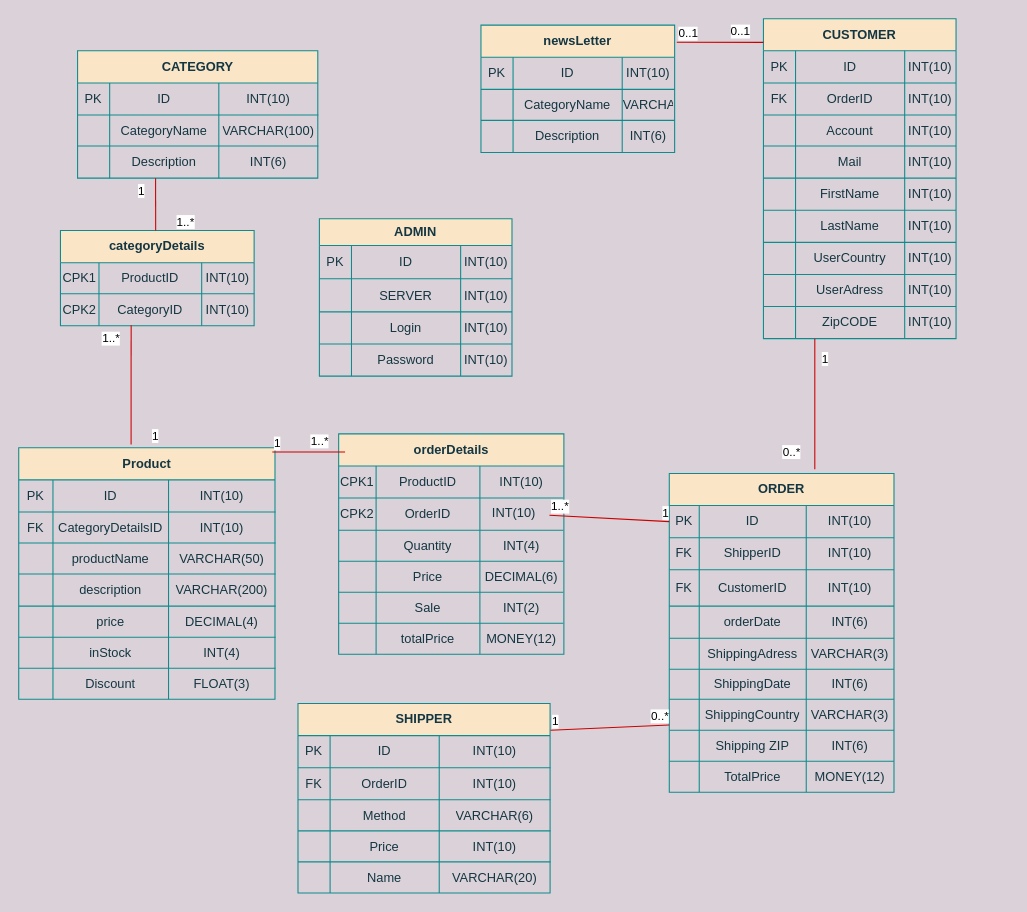
Earlier version of the draw.io diagram fysisktDiagram.drawio (TechWithRyan/Webbshop). Source tidied: cells renumbered, new cells numbered last; positions are measured from the earlier drawing's top-left corner, leaving out a move shared by most shapes. Both pictures are drawn from the tidied source at 107%, with x=0, y=0 at pixel (18, 18).
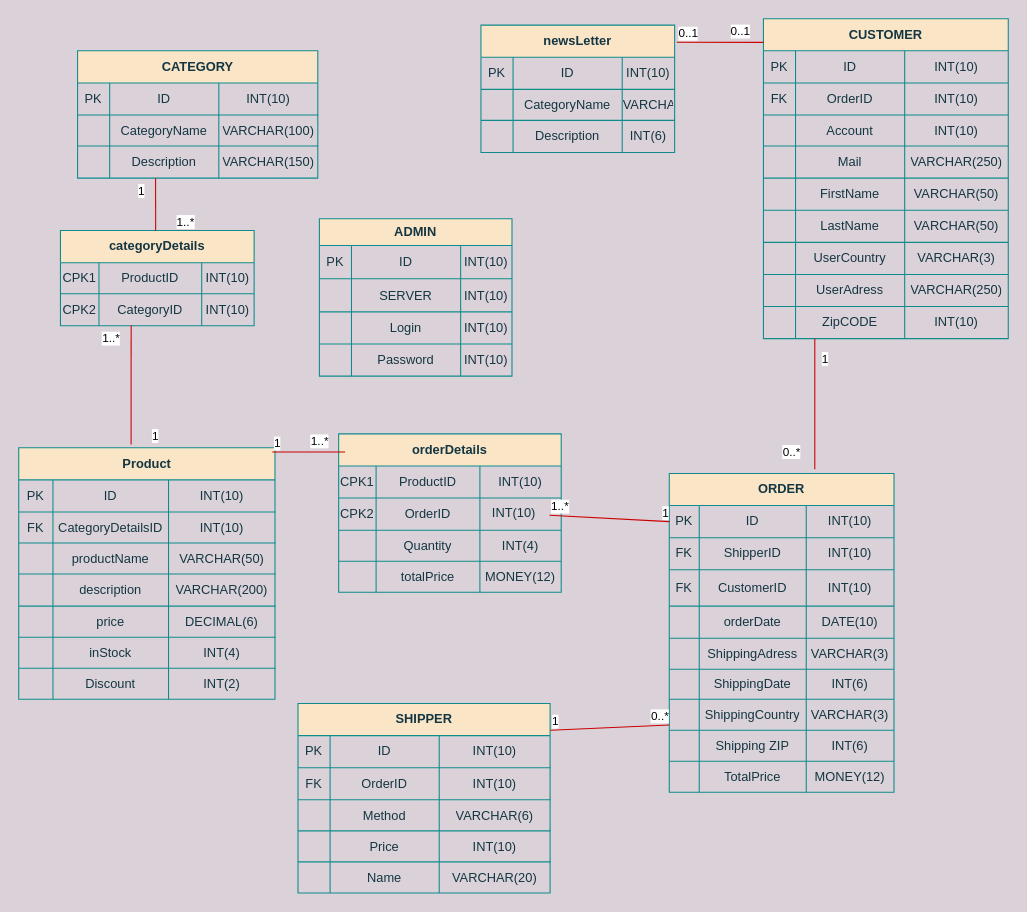
Above is the later version.

Unchanged cells that the change refers to:
```xml
<mxCell id="19" style="shape=partialRectangle;html=1;whiteSpace=wrap;fillColor=none;top=0;left=0;bottom=0;right=0;strokeColor=#0F8B8D;fontColor=#143642;" parent="2" vertex="1">
  <mxGeometry y="148" width="239.5" height="29" as="geometry" />
</mxCell>
<mxCell id="27" style="shape=partialRectangle;html=1;whiteSpace=wrap;fillColor=none;top=0;left=0;bottom=0;right=0;strokeColor=#0F8B8D;fontColor=#143642;" parent="2" vertex="1">
  <mxGeometry y="206" width="239.5" height="29" as="geometry" />
</mxCell>
<mxCell id="98" style="shape=partialRectangle;html=1;whiteSpace=wrap;fillColor=none;top=0;left=0;bottom=0;right=0;strokeColor=#0F8B8D;fontColor=#143642;" parent="85" vertex="1">
  <mxGeometry y="124" width="210" height="30" as="geometry" />
</mxCell>
<mxCell id="152" style="shape=partialRectangle;html=1;whiteSpace=wrap;fillColor=none;top=0;left=0;bottom=0;right=0;strokeColor=#0F8B8D;fontColor=#143642;" parent="143" vertex="1">
  <mxGeometry y="89" width="224.5" height="30" as="geometry" />
</mxCell>
```

What changed in the source:
```diff
@@
-    <mxCell id="22" value="&lt;span&gt;DECIMAL(4)&lt;/span&gt;" style="shape=partialRectangle;html=1;whiteSpace=wrap;fillColor=none;top=0;left=0;bottom=0;right=0;overflow=hidden;strokeColor=#0F8B8D;fontColor=#143642;" parent="19" vertex="1">
+    <mxCell id="22" value="&lt;span&gt;DECIMAL(6)&lt;/span&gt;" style="shape=partialRectangle;html=1;whiteSpace=wrap;fillColor=none;top=0;left=0;bottom=0;right=0;overflow=hidden;strokeColor=#0F8B8D;fontColor=#143642;" parent="19" vertex="1">
       <mxGeometry x="140" width="100" height="29" as="geometry" />
     </mxCell>
@@
-    <mxCell id="30" value="FLOAT(3)" style="shape=partialRectangle;html=1;whiteSpace=wrap;fillColor=none;top=0;left=0;bottom=0;right=0;overflow=hidden;strokeColor=#0F8B8D;fontColor=#143642;" parent="27" vertex="1">
+    <mxCell id="30" value="INT(2)" style="shape=partialRectangle;html=1;whiteSpace=wrap;fillColor=none;top=0;left=0;bottom=0;right=0;overflow=hidden;strokeColor=#0F8B8D;fontColor=#143642;" parent="27" vertex="1">
       <mxGeometry x="140" width="100" height="29" as="geometry" />
     </mxCell>
@@
     <mxCell id="48" value="CUSTOMER" style="shape=table;html=1;whiteSpace=wrap;startSize=30;childLayout=tableLayout;fontStyle=1;align=center;fillColor=#FAE5C7;strokeColor=#0F8B8D;fontColor=#143642;" parent="1" vertex="1">
-      <mxGeometry x="696" width="180" height="299" as="geometry" />
+      <mxGeometry x="696" width="228.8" height="299" as="geometry" />
     </mxCell>
     <mxCell id="49" style="shape=partialRectangle;html=1;whiteSpace=wrap;fillColor=none;top=0;left=0;bottom=0;right=0;strokeColor=#0F8B8D;fontColor=#143642;" parent="48" vertex="1">
-      <mxGeometry y="30" width="180" height="30" as="geometry" />
+      <mxGeometry y="30" width="228.8" height="30" as="geometry" />
     </mxCell>
@@
     <mxCell id="52" value="INT(10)" style="shape=partialRectangle;html=1;whiteSpace=wrap;fillColor=none;top=0;left=0;bottom=0;right=0;overflow=hidden;strokeColor=#0F8B8D;fontColor=#143642;" parent="49" vertex="1">
-      <mxGeometry x="132" width="48" height="30" as="geometry" />
+      <mxGeometry x="132" width="97" height="30" as="geometry" />
     </mxCell>
     <mxCell id="53" style="shape=partialRectangle;html=1;whiteSpace=wrap;fillColor=none;top=0;left=0;bottom=0;right=0;strokeColor=#0F8B8D;fontColor=#143642;" parent="48" vertex="1">
-      <mxGeometry y="60" width="180" height="30" as="geometry" />
+      <mxGeometry y="60" width="228.8" height="30" as="geometry" />
     </mxCell>
@@
     <mxCell id="56" value="INT(10)" style="shape=partialRectangle;html=1;whiteSpace=wrap;fillColor=none;top=0;left=0;bottom=0;right=0;overflow=hidden;strokeColor=#0F8B8D;fontColor=#143642;" parent="53" vertex="1">
-      <mxGeometry x="132" width="48" height="30" as="geometry" />
+      <mxGeometry x="132" width="97" height="30" as="geometry" />
     </mxCell>
     <mxCell id="57" style="shape=partialRectangle;html=1;whiteSpace=wrap;fillColor=none;top=0;left=0;bottom=0;right=0;strokeColor=#0F8B8D;fontColor=#143642;" parent="48" vertex="1">
-      <mxGeometry y="90" width="180" height="29" as="geometry" />
+      <mxGeometry y="90" width="228.8" height="29" as="geometry" />
     </mxCell>
@@
     <mxCell id="60" value="&lt;span&gt;INT(10)&lt;/span&gt;" style="shape=partialRectangle;html=1;whiteSpace=wrap;fillColor=none;top=0;left=0;bottom=0;right=0;overflow=hidden;strokeColor=#0F8B8D;fontColor=#143642;" parent="57" vertex="1">
-      <mxGeometry x="132" width="48" height="29" as="geometry" />
+      <mxGeometry x="132" width="97" height="29" as="geometry" />
     </mxCell>
     <mxCell id="61" style="shape=partialRectangle;html=1;whiteSpace=wrap;fillColor=none;top=0;left=0;bottom=0;right=0;strokeColor=#0F8B8D;fontColor=#143642;" parent="48" vertex="1">
-      <mxGeometry y="119" width="180" height="30" as="geometry" />
+      <mxGeometry y="119" width="228.8" height="30" as="geometry" />
     </mxCell>
@@
-    <mxCell id="64" value="&lt;span&gt;INT(10)&lt;/span&gt;" style="shape=partialRectangle;html=1;whiteSpace=wrap;fillColor=none;top=0;left=0;bottom=0;right=0;overflow=hidden;strokeColor=#0F8B8D;fontColor=#143642;" parent="61" vertex="1">
-      <mxGeometry x="132" width="48" height="30" as="geometry" />
+    <mxCell id="64" value="&lt;span&gt;VARCHAR(250)&lt;/span&gt;" style="shape=partialRectangle;html=1;whiteSpace=wrap;fillColor=none;top=0;left=0;bottom=0;right=0;overflow=hidden;strokeColor=#0F8B8D;fontColor=#143642;" parent="61" vertex="1">
+      <mxGeometry x="132" width="97" height="30" as="geometry" />
     </mxCell>
     <mxCell id="65" style="shape=partialRectangle;html=1;whiteSpace=wrap;fillColor=none;top=0;left=0;bottom=0;right=0;strokeColor=#0F8B8D;fontColor=#143642;" parent="48" vertex="1">
-      <mxGeometry y="149" width="180" height="30" as="geometry" />
+      <mxGeometry y="149" width="228.8" height="30" as="geometry" />
     </mxCell>
@@
-    <mxCell id="68" value="&lt;span&gt;INT(10)&lt;/span&gt;" style="shape=partialRectangle;html=1;whiteSpace=wrap;fillColor=none;top=0;left=0;bottom=0;right=0;overflow=hidden;strokeColor=#0F8B8D;fontColor=#143642;" parent="65" vertex="1">
-      <mxGeometry x="132" width="48" height="30" as="geometry" />
+    <mxCell id="68" value="VARCHAR(50)" style="shape=partialRectangle;html=1;whiteSpace=wrap;fillColor=none;top=0;left=0;bottom=0;right=0;overflow=hidden;strokeColor=#0F8B8D;fontColor=#143642;" parent="65" vertex="1">
+      <mxGeometry x="132" width="97" height="30" as="geometry" />
     </mxCell>
     <mxCell id="69" style="shape=partialRectangle;html=1;whiteSpace=wrap;fillColor=none;top=0;left=0;bottom=0;right=0;strokeColor=#0F8B8D;fontColor=#143642;" parent="48" vertex="1">
-      <mxGeometry y="179" width="180" height="30" as="geometry" />
+      <mxGeometry y="179" width="228.8" height="30" as="geometry" />
     </mxCell>
@@
-    <mxCell id="72" value="&lt;span&gt;INT(10)&lt;/span&gt;" style="shape=partialRectangle;html=1;whiteSpace=wrap;fillColor=none;top=0;left=0;bottom=0;right=0;overflow=hidden;strokeColor=#0F8B8D;fontColor=#143642;" parent="69" vertex="1">
-      <mxGeometry x="132" width="48" height="30" as="geometry" />
+    <mxCell id="72" value="VARCHAR(50)" style="shape=partialRectangle;html=1;whiteSpace=wrap;fillColor=none;top=0;left=0;bottom=0;right=0;overflow=hidden;strokeColor=#0F8B8D;fontColor=#143642;" parent="69" vertex="1">
+      <mxGeometry x="132" width="97" height="30" as="geometry" />
     </mxCell>
     <mxCell id="73" style="shape=partialRectangle;html=1;whiteSpace=wrap;fillColor=none;top=0;left=0;bottom=0;right=0;strokeColor=#0F8B8D;fontColor=#143642;" parent="48" vertex="1">
-      <mxGeometry y="209" width="180" height="30" as="geometry" />
+      <mxGeometry y="209" width="228.8" height="30" as="geometry" />
     </mxCell>
@@
-    <mxCell id="76" value="&lt;span&gt;INT(10)&lt;/span&gt;" style="shape=partialRectangle;html=1;whiteSpace=wrap;fillColor=none;top=0;left=0;bottom=0;right=0;overflow=hidden;strokeColor=#0F8B8D;fontColor=#143642;" parent="73" vertex="1">
-      <mxGeometry x="132" width="48" height="30" as="geometry" />
+    <mxCell id="76" value="VARCHAR(3)" style="shape=partialRectangle;html=1;whiteSpace=wrap;fillColor=none;top=0;left=0;bottom=0;right=0;overflow=hidden;strokeColor=#0F8B8D;fontColor=#143642;" parent="73" vertex="1">
+      <mxGeometry x="132" width="97" height="30" as="geometry" />
     </mxCell>
     <mxCell id="77" style="shape=partialRectangle;html=1;whiteSpace=wrap;fillColor=none;top=0;left=0;bottom=0;right=0;strokeColor=#0F8B8D;fontColor=#143642;" parent="48" vertex="1">
-      <mxGeometry y="239" width="180" height="30" as="geometry" />
+      <mxGeometry y="239" width="228.8" height="30" as="geometry" />
     </mxCell>
@@
-    <mxCell id="80" value="&lt;span&gt;INT(10)&lt;/span&gt;" style="shape=partialRectangle;html=1;whiteSpace=wrap;fillColor=none;top=0;left=0;bottom=0;right=0;overflow=hidden;strokeColor=#0F8B8D;fontColor=#143642;" parent="77" vertex="1">
-      <mxGeometry x="132" width="48" height="30" as="geometry" />
+    <mxCell id="80" value="&lt;span&gt;VARCHAR(250)&lt;/span&gt;" style="shape=partialRectangle;html=1;whiteSpace=wrap;fillColor=none;top=0;left=0;bottom=0;right=0;overflow=hidden;strokeColor=#0F8B8D;fontColor=#143642;" parent="77" vertex="1">
+      <mxGeometry x="132" width="97" height="30" as="geometry" />
     </mxCell>
     <mxCell id="81" style="shape=partialRectangle;html=1;whiteSpace=wrap;fillColor=none;top=0;left=0;bottom=0;right=0;strokeColor=#0F8B8D;fontColor=#143642;" parent="48" vertex="1">
-      <mxGeometry y="269" width="180" height="30" as="geometry" />
+      <mxGeometry y="269" width="228.8" height="30" as="geometry" />
     </mxCell>
@@
     <mxCell id="84" value="&lt;span&gt;INT(10)&lt;/span&gt;" style="shape=partialRectangle;html=1;whiteSpace=wrap;fillColor=none;top=0;left=0;bottom=0;right=0;overflow=hidden;strokeColor=#0F8B8D;fontColor=#143642;" parent="81" vertex="1">
-      <mxGeometry x="132" width="48" height="30" as="geometry" />
+      <mxGeometry x="132" width="97" height="30" as="geometry" />
     </mxCell>
@@
-    <mxCell id="101" value="INT(6)" style="shape=partialRectangle;html=1;whiteSpace=wrap;fillColor=none;top=0;left=0;bottom=0;right=0;overflow=hidden;strokeColor=#0F8B8D;fontColor=#143642;" parent="98" vertex="1">
+    <mxCell id="101" value="DATE(10)" style="shape=partialRectangle;html=1;whiteSpace=wrap;fillColor=none;top=0;left=0;bottom=0;right=0;overflow=hidden;strokeColor=#0F8B8D;fontColor=#143642;" parent="98" vertex="1">
       <mxGeometry x="128" width="82" height="30" as="geometry" />
     </mxCell>
@@
-    <mxCell id="155" value="&lt;span&gt;INT(6)&lt;/span&gt;" style="shape=partialRectangle;html=1;whiteSpace=wrap;fillColor=none;top=0;left=0;bottom=0;right=0;overflow=hidden;strokeColor=#0F8B8D;fontColor=#143642;" parent="152" vertex="1">
+    <mxCell id="155" value="&lt;span&gt;VARCHAR(150)&lt;/span&gt;" style="shape=partialRectangle;html=1;whiteSpace=wrap;fillColor=none;top=0;left=0;bottom=0;right=0;overflow=hidden;strokeColor=#0F8B8D;fontColor=#143642;" parent="152" vertex="1">
       <mxGeometry x="132" width="93" height="30" as="geometry" />
     </mxCell>
@@
     <mxCell id="169" value="orderDetails" style="shape=table;html=1;whiteSpace=wrap;startSize=30;childLayout=tableLayout;fontStyle=1;align=center;fillColor=#FAE5C7;strokeColor=#0F8B8D;fontColor=#143642;" parent="1" vertex="1">
-      <mxGeometry x="299" y="388" width="210.5" height="206" as="geometry" />
+      <mxGeometry x="299" y="388" width="208" height="148" as="geometry" />
     </mxCell>
     <mxCell id="170" style="shape=partialRectangle;html=1;whiteSpace=wrap;fillColor=none;top=0;left=0;bottom=0;right=0;strokeColor=#0F8B8D;fontColor=#143642;" parent="169" vertex="1">
-      <mxGeometry y="30" width="210.5" height="30" as="geometry" />
+      <mxGeometry y="30" width="208" height="30" as="geometry" />
     </mxCell>
@@
     <mxCell id="173" value="INT(10)" style="shape=partialRectangle;html=1;whiteSpace=wrap;fillColor=none;top=0;left=0;bottom=0;right=0;overflow=hidden;strokeColor=#0F8B8D;fontColor=#143642;" parent="170" vertex="1">
-      <mxGeometry x="132" width="78" height="30" as="geometry" />
+      <mxGeometry x="132" width="76" height="30" as="geometry" />
     </mxCell>
     <mxCell id="174" style="shape=partialRectangle;html=1;whiteSpace=wrap;fillColor=none;top=0;left=0;bottom=0;right=0;strokeColor=#0F8B8D;fontColor=#143642;" parent="169" vertex="1">
-      <mxGeometry y="60" width="210.5" height="30" as="geometry" />
+      <mxGeometry y="60" width="208" height="30" as="geometry" />
     </mxCell>
@@
     <mxCell id="177" style="shape=partialRectangle;html=1;whiteSpace=wrap;fillColor=none;top=0;left=0;bottom=0;right=0;overflow=hidden;strokeColor=#0F8B8D;fontColor=#143642;" parent="174" vertex="1">
-      <mxGeometry x="132" width="78" height="30" as="geometry" />
+      <mxGeometry x="132" width="76" height="30" as="geometry" />
     </mxCell>
     <mxCell id="178" style="shape=partialRectangle;html=1;whiteSpace=wrap;fillColor=none;top=0;left=0;bottom=0;right=0;strokeColor=#0F8B8D;fontColor=#143642;" parent="169" vertex="1">
-      <mxGeometry y="90" width="210.5" height="29" as="geometry" />
+      <mxGeometry y="90" width="208" height="29" as="geometry" />
     </mxCell>
@@
     <mxCell id="181" value="INT(4)" style="shape=partialRectangle;html=1;whiteSpace=wrap;fillColor=none;top=0;left=0;bottom=0;right=0;overflow=hidden;strokeColor=#0F8B8D;fontColor=#143642;" parent="178" vertex="1">
-      <mxGeometry x="132" width="78" height="29" as="geometry" />
+      <mxGeometry x="132" width="76" height="29" as="geometry" />
     </mxCell>
-    <mxCell id="182" style="shape=partialRectangle;html=1;whiteSpace=wrap;fillColor=none;top=0;left=0;bottom=0;right=0;strokeColor=#0F8B8D;fontColor=#143642;" parent="169" vertex="1">
-      <mxGeometry y="119" width="210.5" height="29" as="geometry" />
-    </mxCell>
-    <mxCell id="183" style="shape=partialRectangle;html=1;whiteSpace=wrap;fillColor=none;top=0;left=0;bottom=0;right=0;overflow=hidden;strokeColor=#0F8B8D;fontColor=#143642;" parent="182" vertex="1">
-      <mxGeometry width="35" height="29" as="geometry" />
-    </mxCell>
-    <mxCell id="184" value="&lt;span style=&quot;text-align: left&quot;&gt;Price&lt;/span&gt;" style="shape=partialRectangle;html=1;whiteSpace=wrap;fillColor=none;top=0;left=0;bottom=0;right=0;overflow=hidden;strokeColor=#0F8B8D;fontColor=#143642;" parent="182" vertex="1">
-      <mxGeometry x="35" width="97" height="29" as="geometry" />
-    </mxCell>
-    <mxCell id="185" value="&lt;span&gt;DECIMAL(6)&lt;/span&gt;" style="shape=partialRectangle;html=1;whiteSpace=wrap;fillColor=none;top=0;left=0;bottom=0;right=0;overflow=hidden;strokeColor=#0F8B8D;fontColor=#143642;" parent="182" vertex="1">
-      <mxGeometry x="132" width="78" height="29" as="geometry" />
-    </mxCell>
-    <mxCell id="186" style="shape=partialRectangle;html=1;whiteSpace=wrap;fillColor=none;top=0;left=0;bottom=0;right=0;strokeColor=#0F8B8D;fontColor=#143642;" parent="169" vertex="1">
-      <mxGeometry y="148" width="210.5" height="29" as="geometry" />
-    </mxCell>
-    <mxCell id="187" style="shape=partialRectangle;html=1;whiteSpace=wrap;fillColor=none;top=0;left=0;bottom=0;right=0;overflow=hidden;strokeColor=#0F8B8D;fontColor=#143642;" parent="186" vertex="1">
-      <mxGeometry width="35" height="29" as="geometry" />
-    </mxCell>
-    <mxCell id="188" value="&lt;span style=&quot;text-align: left&quot;&gt;Sale&lt;/span&gt;" style="shape=partialRectangle;html=1;whiteSpace=wrap;fillColor=none;top=0;left=0;bottom=0;right=0;overflow=hidden;strokeColor=#0F8B8D;fontColor=#143642;" parent="186" vertex="1">
-      <mxGeometry x="35" width="97" height="29" as="geometry" />
-    </mxCell>
-    <mxCell id="189" value="INT(2)" style="shape=partialRectangle;html=1;whiteSpace=wrap;fillColor=none;top=0;left=0;bottom=0;right=0;overflow=hidden;strokeColor=#0F8B8D;fontColor=#143642;" parent="186" vertex="1">
-      <mxGeometry x="132" width="78" height="29" as="geometry" />
-    </mxCell>
     <mxCell id="190" style="shape=partialRectangle;html=1;whiteSpace=wrap;fillColor=none;top=0;left=0;bottom=0;right=0;strokeColor=#0F8B8D;fontColor=#143642;" parent="169" vertex="1">
-      <mxGeometry y="177" width="210.5" height="29" as="geometry" />
+      <mxGeometry y="119" width="208" height="29" as="geometry" />
     </mxCell>
@@
     <mxCell id="193" value="MONEY(12)" style="shape=partialRectangle;html=1;whiteSpace=wrap;fillColor=none;top=0;left=0;bottom=0;right=0;overflow=hidden;strokeColor=#0F8B8D;fontColor=#143642;" parent="190" vertex="1">
-      <mxGeometry x="132" width="78" height="29" as="geometry" />
+      <mxGeometry x="132" width="76" height="29" as="geometry" />
     </mxCell>
```
